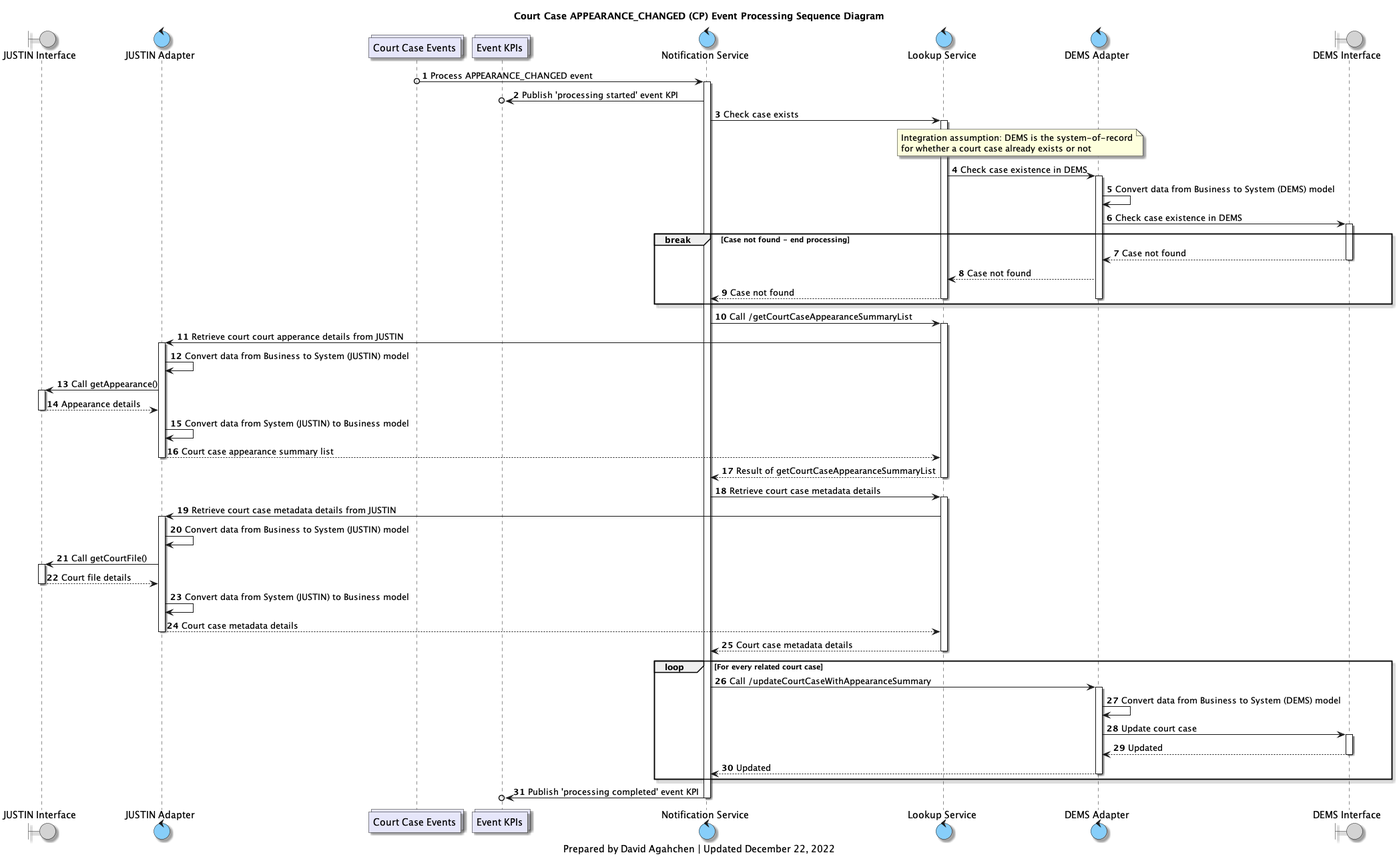
This is diagrams/img/ccm_approved_cort_case_appearance_changed_processing_sqeuencing_diagram.png from bcgov/jpss-jade-ccm, a PlantUML export, as it was before one commit. Its source is kept beside it as diagrams/ccm_approved_cort_case_appearance_changed_processing_sqeuencing_diagram.plantuml.
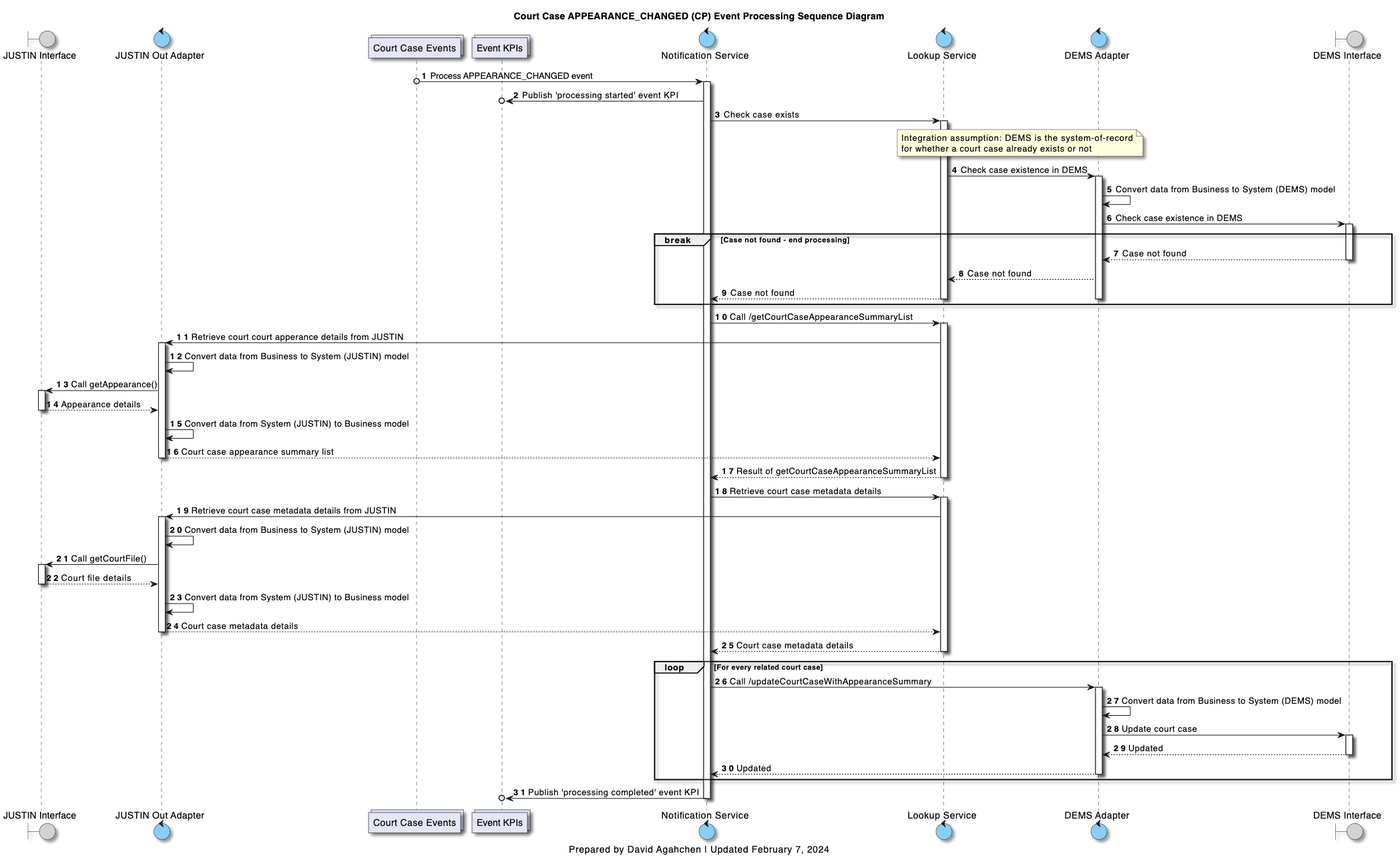
After the commit.

Change to the diagram source:
```diff
@@ -7,7 +7,7 @@
 
 
 boundary j_interface as "JUSTIN Interface"
-control j_adapter as "JUSTIN Adapter"
+control j_adapter as "JUSTIN Out Adapter"
 collections court_case_topic as "Court Case Events"
 collections kpis_topic as "Event KPIs"
 control notification_service as "Notification Service"
@@ -103,6 +103,6 @@
 deactivate notification_service
 
 caption
-Prepared by David Agahchen | Updated December 22, 2022
+Prepared by David Agahchen | Updated February 7, 2024
 end caption
 @enduml
```
